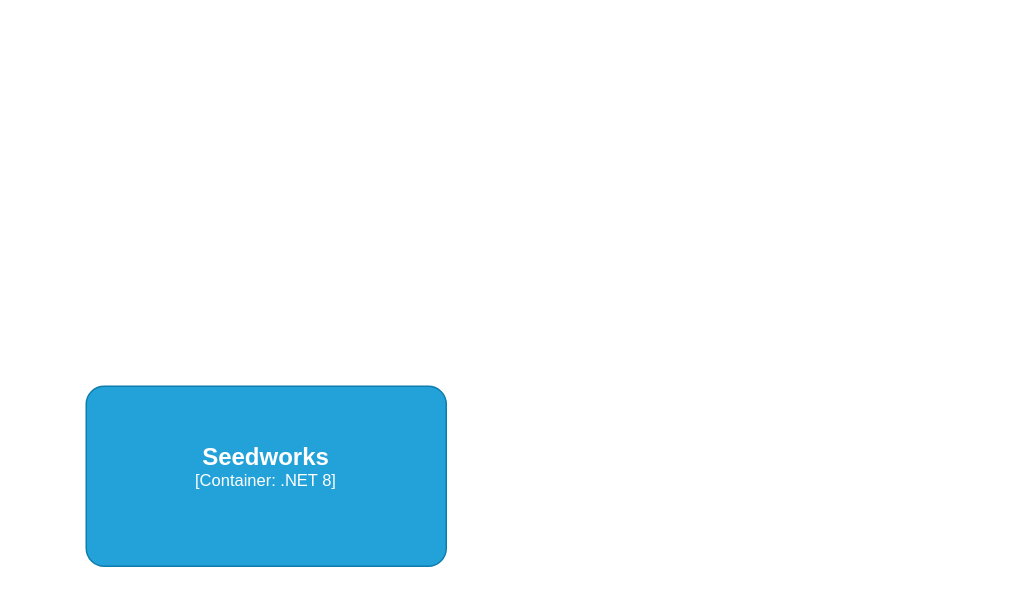
Ekstrem/DigiTFactory.Arch keeps this draw.io diagram as page "Container Libraries" (2 of 2) of plan.drawio. Above is the earlier version. Source tidied: cells renumbered, new cells numbered last; positions are measured from the earlier drawing's top-left corner, leaving out a move shared by most shapes. Both pictures are drawn from the tidied source at 150%, with x=0, y=0 at pixel (86, 386).
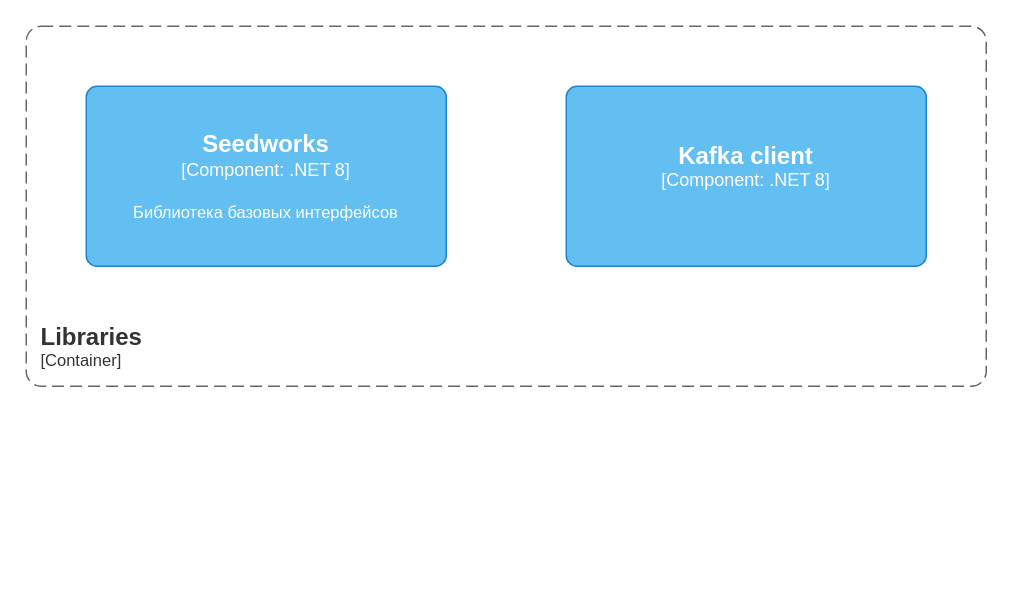
Above is the later version.

The edit, as a diff of the source:
```diff
@@
 <mxGraphModel>
   <root>
     <mxCell id="0" />
     <mxCell id="1" parent="0" />
-    <object id="2" label="&lt;font style=&quot;font-size: 16px&quot;&gt;&lt;b&gt;%c4Name%&lt;/b&gt;&lt;/font&gt;&lt;div&gt;[%c4Type%: %c4Technology%]&lt;/div&gt;&lt;br&gt;&lt;div&gt;&lt;font style=&quot;font-size: 11px&quot;&gt;&lt;font color=&quot;#E6E6E6&quot;&gt;%c4Description%&lt;/font&gt;&lt;/div&gt;" c4Description="" c4Name="Seedworks" c4Technology=".NET 8" c4Type="Container" placeholders="1">
-      <mxCell style="rounded=1;whiteSpace=wrap;html=1;fontSize=11;labelBackgroundColor=none;fillColor=#23A2D9;fontColor=#ffffff;align=center;arcSize=10;strokeColor=#0E7DAD;" parent="1" vertex="1">
-        <mxGeometry width="240" height="120" as="geometry" />
-      </mxCell>
-    </object>
+    <object id="3" label="&lt;font style=&quot;font-size: 16px&quot;&gt;&lt;b&gt;%c4Name%&lt;/b&gt;&lt;/font&gt;&lt;div&gt;[%c4Type%: %c4Technology%]&lt;/div&gt;&lt;br&gt;&lt;div&gt;&lt;font style=&quot;font-size: 11px&quot;&gt;%c4Description%&lt;/font&gt;&lt;/div&gt;" c4Description="Библиотека базовых интерфейсов" c4Name="Seedworks" c4Technology=".NET 8" c4Type="Component" placeholders="1">
+      <mxCell style="rounded=1;whiteSpace=wrap;html=1;labelBackgroundColor=none;fillColor=#63BEF2;fontColor=#ffffff;align=center;arcSize=6;strokeColor=#2086C9;" parent="1" vertex="1">
+        <mxGeometry y="-200" width="240" height="120" as="geometry" />
+      </mxCell>
+    </object>
+    <object id="4" label="&lt;font style=&quot;font-size: 16px&quot;&gt;&lt;b&gt;%c4Name%&lt;/b&gt;&lt;/font&gt;&lt;div&gt;[%c4Type%: %c4Technology%]&lt;/div&gt;&lt;br&gt;&lt;div&gt;&lt;font style=&quot;font-size: 11px&quot;&gt;%c4Description%&lt;/font&gt;&lt;/div&gt;" c4Description="" c4Name="Kafka client" c4Technology=".NET 8" c4Type="Component" placeholders="1">
+      <mxCell style="rounded=1;whiteSpace=wrap;html=1;labelBackgroundColor=none;fillColor=#63BEF2;fontColor=#ffffff;align=center;arcSize=6;strokeColor=#2086C9;" parent="1" vertex="1">
+        <mxGeometry x="320" y="-200" width="240" height="120" as="geometry" />
+      </mxCell>
+    </object>
+    <object id="5" label="&lt;font style=&quot;font-size: 16px&quot;&gt;&lt;b&gt;&lt;div style=&quot;text-align: left&quot;&gt;%c4Name%&lt;/div&gt;&lt;/b&gt;&lt;/font&gt;&lt;div style=&quot;text-align: left&quot;&gt;[%c4Application%]&lt;/div&gt;" c4Application="Container" c4Name="Libraries" placeholders="1">
+      <mxCell style="rounded=1;fontSize=11;whiteSpace=wrap;html=1;dashed=1;arcSize=20;fillColor=none;strokeColor=#666666;fontColor=#333333;labelBackgroundColor=none;align=left;verticalAlign=bottom;labelBorderColor=none;spacingTop=0;spacing=10;dashPattern=8 4;perimeter=rectanglePerimeter;noLabel=0;labelPadding=0;absoluteArcSize=1;" parent="1" vertex="1">
+        <mxGeometry x="-40" y="-240" width="640" height="240" as="geometry" />
+      </mxCell>
+    </object>
   </root>
 </mxGraphModel>
```
